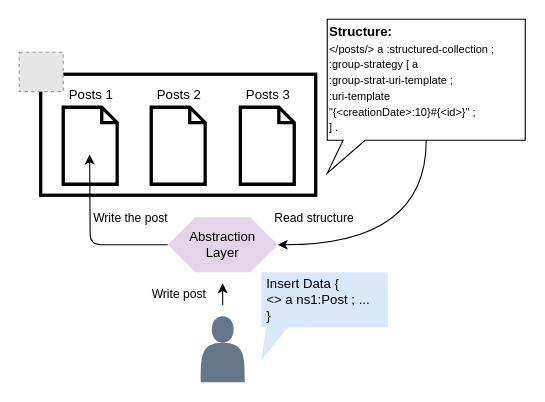
jitsedesmet/sgf-demo-poster keeps this draw.io diagram as page "descriptions" (2 of 2) of img/phd-symp-slides.drawio. Above is the earlier version. Source tidied: cells renumbered, new cells numbered last; positions are measured from the earlier drawing's top-left corner, leaving out a move shared by most shapes. Both pictures are drawn from the tidied source at 110%, with x=0, y=0 at pixel (19, 19). Pictures stored in the file or linked from it are replaced by grey dashed boxes.
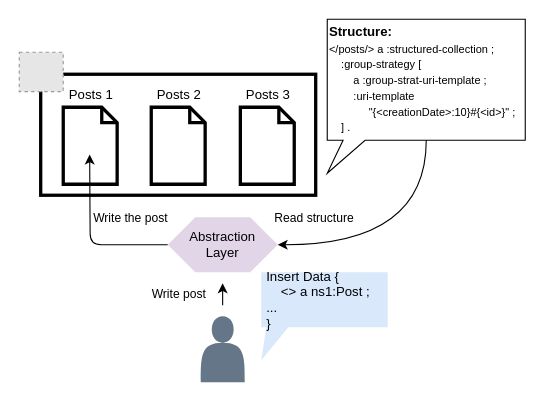
The same page after the edit.

Change to the diagram source:
```diff
@@
-    <mxCell id="13" value="&lt;div align=&quot;left&quot;&gt;Insert Data {&lt;/div&gt;&lt;div align=&quot;left&quot;&gt;&amp;lt;&amp;gt; a ns1:Post ; ...&lt;br&gt;}&lt;/div&gt;" style="shape=callout;whiteSpace=wrap;html=1;perimeter=calloutPerimeter;flipV=0;flipH=0;position2=0;size=30;position=0.04;align=left;fillColor=#dae8fc;strokeColor=none;spacing=5;" parent="1" vertex="1">
+    <mxCell id="13" value="&lt;div align=&quot;left&quot;&gt;Insert Data {&lt;/div&gt;&lt;div align=&quot;left&quot;&gt;&amp;nbsp;&amp;nbsp;&amp;nbsp; &amp;lt;&amp;gt; a ns1:Post ; ...&lt;br&gt;}&lt;/div&gt;" style="shape=callout;whiteSpace=wrap;html=1;perimeter=calloutPerimeter;flipV=0;flipH=0;position2=0;size=30;position=0.04;align=left;fillColor=#dae8fc;strokeColor=none;spacing=5;" parent="1" vertex="1">
       <mxGeometry x="220" y="230" width="115" height="80" as="geometry" />
     </mxCell>
-    <mxCell id="14" value="&lt;div align=&quot;left&quot;&gt;&lt;b&gt;Structure:&lt;br&gt;&lt;/b&gt;&lt;font style=&quot;font-size: 10px;&quot;&gt;&amp;lt;/posts/&amp;gt; a :structured-collection ;&lt;br&gt;:group-strategy [ a&lt;br&gt;:group-strat-uri-template ;&lt;/font&gt;&lt;/div&gt;&lt;div align=&quot;left&quot;&gt;&lt;font style=&quot;font-size: 10px;&quot;&gt;:uri-template&lt;br&gt;&quot;{&amp;lt;creationDate&amp;gt;:10}#{&amp;lt;id&amp;gt;}&quot; ;&lt;/font&gt;&lt;/div&gt;&lt;div align=&quot;left&quot;&gt;&lt;font style=&quot;font-size: 10px;&quot;&gt;] .&lt;/font&gt;&lt;/div&gt;" style="shape=callout;whiteSpace=wrap;html=1;perimeter=calloutPerimeter;position2=0;size=30;position=0.08;align=left;" parent="1" vertex="1">
+    <mxCell id="14" value="&lt;div align=&quot;left&quot;&gt;&lt;b&gt;Structure:&lt;br&gt;&lt;/b&gt;&lt;font style=&quot;font-size: 10px;&quot;&gt;&amp;lt;/posts/&amp;gt; a :structured-collection ;&lt;br&gt;&amp;nbsp;&amp;nbsp;&amp;nbsp; :group-strategy [&lt;/font&gt;&lt;/div&gt;&lt;div align=&quot;left&quot;&gt;&lt;font style=&quot;font-size: 10px;&quot;&gt;&amp;nbsp;&amp;nbsp;&amp;nbsp;&amp;nbsp;&amp;nbsp;&amp;nbsp;&amp;nbsp; a :group-strat-uri-template ;&lt;/font&gt;&lt;/div&gt;&lt;div align=&quot;left&quot;&gt;&lt;font style=&quot;font-size: 10px;&quot;&gt;&amp;nbsp;&amp;nbsp;&amp;nbsp;&amp;nbsp;&amp;nbsp;&amp;nbsp;&amp;nbsp; :uri-template&lt;/font&gt;&lt;/div&gt;&lt;div align=&quot;left&quot;&gt;&lt;font style=&quot;font-size: 10px;&quot;&gt;&amp;nbsp;&amp;nbsp;&amp;nbsp;&amp;nbsp;&amp;nbsp;&amp;nbsp; &amp;nbsp; &amp;nbsp; &amp;nbsp; &quot;{&amp;lt;creationDate&amp;gt;:10}#{&amp;lt;id&amp;gt;}&quot; ;&lt;/font&gt;&lt;/div&gt;&lt;div align=&quot;left&quot;&gt;&lt;font style=&quot;font-size: 10px;&quot;&gt;&amp;nbsp;&amp;nbsp;&amp;nbsp; ] .&lt;/font&gt;&lt;/div&gt;" style="shape=callout;whiteSpace=wrap;html=1;perimeter=calloutPerimeter;position2=0;size=30;position=0.08;align=left;" parent="1" vertex="1">
       <mxGeometry x="280" width="180" height="140" as="geometry" />
     </mxCell>
```
